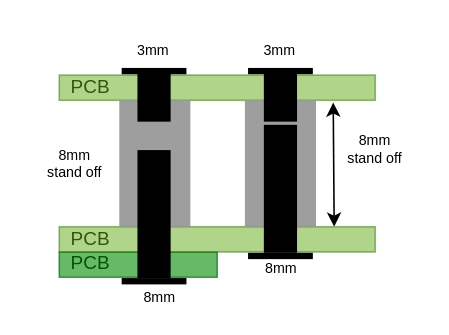
e3w2q/Pangaea-keyboard keeps this draw.io diagram as images/3mm-8mm-PCB.drawio. Above is the earlier version. Source tidied: cells renumbered, new cells numbered last; positions are measured from the earlier drawing's top-left corner, leaving out a move shared by most shapes. Both pictures are drawn from the tidied source at 158%, with x=0, y=0 at pixel (27, 27).
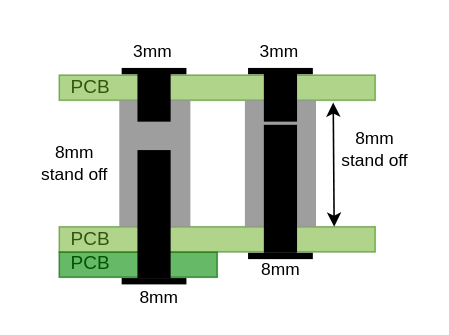
The same page after the edit.

What changed in the source:
```diff
@@
-    <mxCell id="7" value="8mm&lt;br style=&quot;font-size: 9px;&quot;&gt;stand off" style="text;html=1;strokeColor=none;fillColor=none;align=center;verticalAlign=middle;whiteSpace=wrap;rounded=0;fillStyle=solid;strokeWidth=1;opacity=80;fontSize=9;" parent="1" vertex="1">
+    <mxCell id="7" value="8mm&lt;br style=&quot;font-size: 11px;&quot;&gt;stand off" style="text;html=1;strokeColor=none;fillColor=none;align=center;verticalAlign=middle;whiteSpace=wrap;rounded=0;fillStyle=solid;strokeWidth=1;opacity=80;fontSize=11;" parent="1" vertex="1">
       <mxGeometry y="71" width="60" height="30" as="geometry" />
     </mxCell>
-    <mxCell id="8" value="3mm&amp;nbsp;" style="text;html=1;strokeColor=none;fillColor=none;align=center;verticalAlign=middle;whiteSpace=wrap;rounded=0;fillStyle=solid;strokeWidth=1;opacity=80;fontSize=9;" parent="1" vertex="1">
+    <mxCell id="8" value="3mm&amp;nbsp;" style="text;html=1;strokeColor=none;fillColor=none;align=center;verticalAlign=middle;whiteSpace=wrap;rounded=0;fillStyle=solid;strokeWidth=1;opacity=80;fontSize=11;" parent="1" vertex="1">
       <mxGeometry x="41.2" width="80" height="30" as="geometry" />
     </mxCell>
@@
-    <mxCell id="10" value="8mm&lt;br style=&quot;font-size: 9px;&quot;&gt;stand off" style="text;html=1;strokeColor=none;fillColor=none;align=center;verticalAlign=middle;whiteSpace=wrap;rounded=0;fillStyle=solid;strokeWidth=1;opacity=80;fontSize=9;" parent="1" vertex="1">
+    <mxCell id="10" value="8mm&lt;br style=&quot;font-size: 11px;&quot;&gt;stand off" style="text;html=1;strokeColor=none;fillColor=none;align=center;verticalAlign=middle;whiteSpace=wrap;rounded=0;fillStyle=solid;strokeWidth=1;opacity=80;fontSize=11;" parent="1" vertex="1">
       <mxGeometry x="190" y="62" width="60" height="30" as="geometry" />
     </mxCell>
-    <mxCell id="11" value="8mm&amp;nbsp;" style="text;html=1;strokeColor=none;fillColor=none;align=center;verticalAlign=middle;whiteSpace=wrap;rounded=0;fillStyle=solid;strokeWidth=1;opacity=80;fontSize=9;" parent="1" vertex="1">
+    <mxCell id="11" value="8mm&amp;nbsp;" style="text;html=1;strokeColor=none;fillColor=none;align=center;verticalAlign=middle;whiteSpace=wrap;rounded=0;fillStyle=solid;strokeWidth=1;opacity=80;fontSize=11;" parent="1" vertex="1">
       <mxGeometry x="147" y="148" width="30" height="10" as="geometry" />
     </mxCell>
-    <mxCell id="12" value="3mm&amp;nbsp;" style="text;html=1;strokeColor=none;fillColor=none;align=center;verticalAlign=middle;whiteSpace=wrap;rounded=0;fillStyle=solid;strokeWidth=1;opacity=80;fontSize=9;" parent="1" vertex="1">
+    <mxCell id="12" value="3mm&amp;nbsp;" style="text;html=1;strokeColor=none;fillColor=none;align=center;verticalAlign=middle;whiteSpace=wrap;rounded=0;fillStyle=solid;strokeWidth=1;opacity=80;fontSize=11;" parent="1" vertex="1">
       <mxGeometry x="121.2" width="80" height="30" as="geometry" />
     </mxCell>
-    <mxCell id="13" value="8mm&amp;nbsp;" style="text;html=1;strokeColor=none;fillColor=none;align=center;verticalAlign=middle;whiteSpace=wrap;rounded=0;fillStyle=solid;strokeWidth=1;opacity=80;fontSize=9;" parent="1" vertex="1">
+    <mxCell id="13" value="8mm&amp;nbsp;" style="text;html=1;strokeColor=none;fillColor=none;align=center;verticalAlign=middle;whiteSpace=wrap;rounded=0;fillStyle=solid;strokeWidth=1;opacity=80;fontSize=11;" parent="1" vertex="1">
       <mxGeometry x="70" y="166" width="30" height="10" as="geometry" />
     </mxCell>
```
